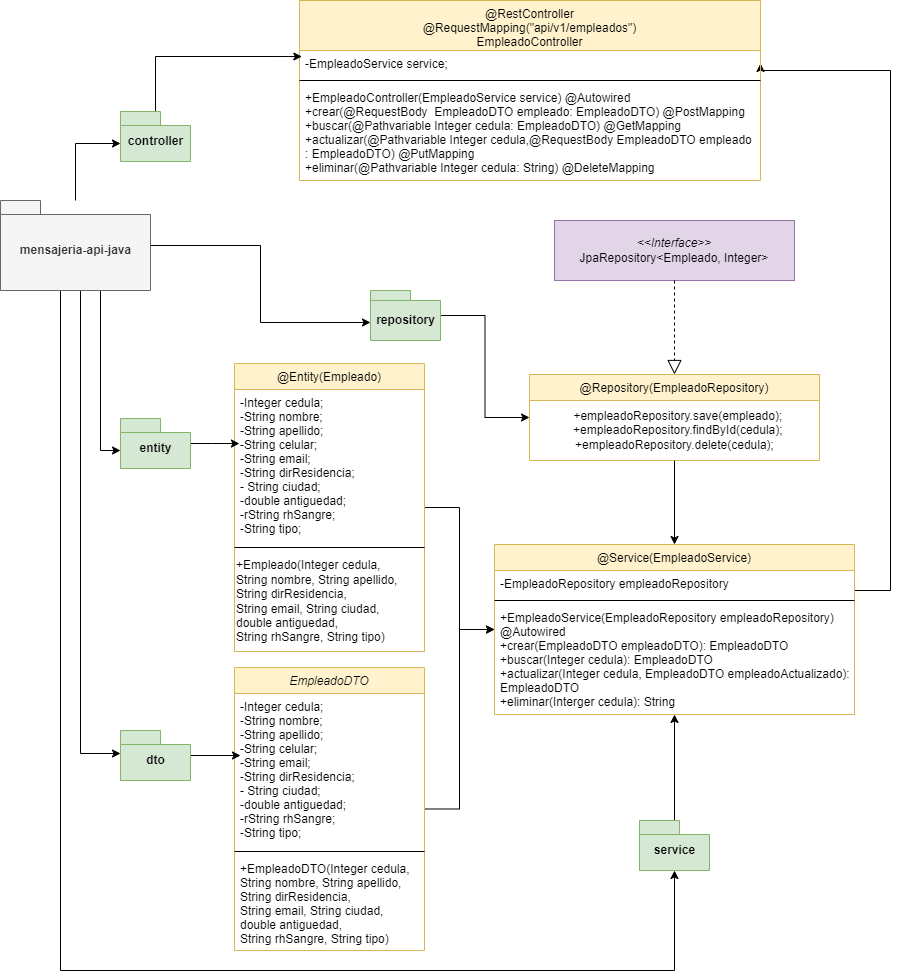
Earlier version of the draw.io export mensajeria_clase_empleado.drawio.png (Pipe1098/ProyectoIntegrador). Source tidied: cells renumbered, new cells last; positions are measured from the earlier drawing's top-left corner, leaving out a move shared by most shapes.
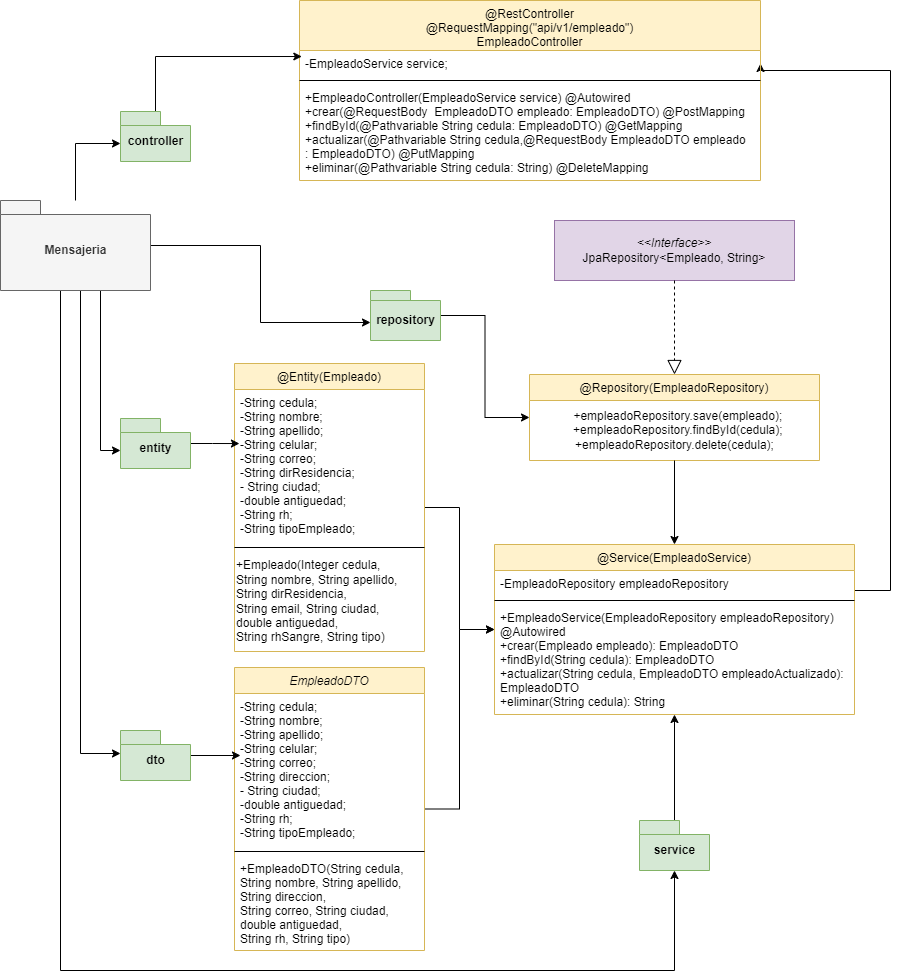
After the commit.

Change to the diagram source:
```diff
@@ -8,7 +8,7 @@
     <mxCell id="3" value="@Entity(Empleado)" style="swimlane;fontStyle=0;align=center;verticalAlign=top;horizontal=1;startSize=26;rounded=0;shadow=0;strokeWidth=1;fillColor=#fff2cc;strokeColor=#d6b656;" parent="1" vertex="1">
       <mxGeometry x="234" y="363" width="190" height="288" as="geometry" />
     </mxCell>
-    <mxCell id="4" value="-Integer cedula;&#10;-String nombre;&#10;-String apellido;&#10;-String celular;&#10;-String email;&#10;-String dirResidencia;&#10;- String ciudad;&#10;-double antiguedad;&#10;-rString rhSangre;&#10;-String tipo;" style="text;align=left;verticalAlign=top;spacingLeft=4;spacingRight=4;overflow=hidden;points=[[0,0.5],[1,0.5]];portConstraint=eastwest;" parent="3" vertex="1">
+    <mxCell id="4" value="-String cedula;&#10;-String nombre;&#10;-String apellido;&#10;-String celular;&#10;-String correo;&#10;-String dirResidencia;&#10;- String ciudad;&#10;-double antiguedad;&#10;-String rh;&#10;-String tipoEmpleado;" style="text;align=left;verticalAlign=top;spacingLeft=4;spacingRight=4;overflow=hidden;points=[[0,0.5],[1,0.5]];portConstraint=eastwest;" parent="3" vertex="1">
       <mxGeometry y="26" width="190" height="154" as="geometry" />
     </mxCell>
     <mxCell id="5" style="line;html=1;strokeWidth=1;align=left;verticalAlign=middle;spacingTop=-1;spacingLeft=3;spacingRight=3;labelPosition=right;" parent="3" vertex="1">
@@ -35,7 +35,7 @@
     <mxCell id="10" style="line;html=1;strokeWidth=1;align=left;verticalAlign=middle;spacingTop=-1;spacingLeft=3;spacingRight=3;labelPosition=right;" parent="8" vertex="1">
       <mxGeometry y="52" width="360" height="8" as="geometry" />
     </mxCell>
-    <mxCell id="11" value="+EmpleadoService(EmpleadoRepository empleadoRepository) &#10;@Autowired&#10;+crear(EmpleadoDTO empleadoDTO): EmpleadoDTO&#10;+buscar(Integer cedula): EmpleadoDTO&#10;+actualizar(Integer cedula, EmpleadoDTO empleadoActualizado):&#10;EmpleadoDTO&#10;+eliminar(Interger cedula): String" style="text;align=left;verticalAlign=top;spacingLeft=4;spacingRight=4;overflow=hidden;" parent="8" vertex="1">
+    <mxCell id="11" value="+EmpleadoService(EmpleadoRepository empleadoRepository) &#10;@Autowired&#10;+crear(Empleado empleado): EmpleadoDTO&#10;+findById(String cedula): EmpleadoDTO&#10;+actualizar(String cedula, EmpleadoDTO empleadoActualizado):&#10;EmpleadoDTO&#10;+eliminar(String cedula): String" style="text;align=left;verticalAlign=top;spacingLeft=4;spacingRight=4;overflow=hidden;" parent="8" vertex="1">
       <mxGeometry y="60" width="360" height="110" as="geometry" />
     </mxCell>
     <mxCell id="12" value="@Repository(EmpleadoRepository)" style="swimlane;fontStyle=0;align=center;verticalAlign=top;horizontal=1;startSize=26;rounded=0;shadow=0;strokeWidth=1;fillColor=#fff2cc;strokeColor=#d6b656;" parent="1" vertex="1">
@@ -44,10 +44,10 @@
     <mxCell id="13" value="&amp;nbsp; +empleadoRepository.save(empleado);&lt;br&gt;&amp;nbsp; +empleadoRepository.findById(cedula);&lt;br style=&quot;border-color: var(--border-color);&quot;&gt;+empleadoRepository.delete(cedula);" style="text;html=1;align=center;verticalAlign=middle;strokeColor=none;fillColor=none;" parent="12" vertex="1">
       <mxGeometry y="26" width="290" height="60" as="geometry" />
     </mxCell>
-    <mxCell id="14" value="&lt;i&gt;&amp;lt;&amp;lt;Interface&amp;gt;&amp;gt;&lt;br&gt;&lt;/i&gt;JpaRepository&amp;lt;Empleado, Integer&amp;gt;&lt;i&gt;&lt;br&gt;&lt;/i&gt;" style="rounded=0;whiteSpace=wrap;html=1;fillColor=#e1d5e7;strokeColor=#9673a6;" parent="1" vertex="1">
+    <mxCell id="14" value="&lt;i&gt;&amp;lt;&amp;lt;Interface&amp;gt;&amp;gt;&lt;br&gt;&lt;/i&gt;JpaRepository&amp;lt;Empleado, String&amp;gt;&lt;i&gt;&lt;br&gt;&lt;/i&gt;" style="rounded=0;whiteSpace=wrap;html=1;fillColor=#e1d5e7;strokeColor=#9673a6;" parent="1" vertex="1">
       <mxGeometry x="554" y="220" width="240" height="60" as="geometry" />
     </mxCell>
-    <mxCell id="15" value="@RestController&#10;@RequestMapping(&quot;api/v1/empleados&quot;)&#10;EmpleadoController" style="swimlane;fontStyle=0;align=center;verticalAlign=top;horizontal=1;startSize=50;rounded=0;shadow=0;strokeWidth=1;fillColor=#fff2cc;strokeColor=#d6b656;" parent="1" vertex="1">
+    <mxCell id="15" value="@RestController&#10;@RequestMapping(&quot;api/v1/empleado&quot;)&#10;EmpleadoController" style="swimlane;fontStyle=0;align=center;verticalAlign=top;horizontal=1;startSize=50;rounded=0;shadow=0;strokeWidth=1;fillColor=#fff2cc;strokeColor=#d6b656;" parent="1" vertex="1">
       <mxGeometry x="299" width="461" height="180" as="geometry" />
     </mxCell>
     <mxCell id="16" value="-EmpleadoService service;" style="text;align=left;verticalAlign=top;spacingLeft=4;spacingRight=4;overflow=hidden;points=[[0,0.5],[1,0.5]];portConstraint=eastwest;rounded=0;shadow=0;html=0;" parent="15" vertex="1">
@@ -56,7 +56,7 @@
     <mxCell id="17" style="line;html=1;strokeWidth=1;align=left;verticalAlign=middle;spacingTop=-1;spacingLeft=3;spacingRight=3;labelPosition=right;" parent="15" vertex="1">
       <mxGeometry y="76" width="461" height="8" as="geometry" />
     </mxCell>
-    <mxCell id="18" value="+EmpleadoController(EmpleadoService service) @Autowired&#10;+crear(@RequestBody  EmpleadoDTO empleado: EmpleadoDTO) @PostMapping&#10;+buscar(@Pathvariable Integer cedula: EmpleadoDTO) @GetMapping&#10;+actualizar(@Pathvariable Integer cedula,@RequestBody EmpleadoDTO empleado&#10;: EmpleadoDTO) @PutMapping&#10;+eliminar(@Pathvariable Integer cedula: String) @DeleteMapping" style="text;align=left;verticalAlign=top;spacingLeft=4;spacingRight=4;overflow=hidden;" parent="15" vertex="1">
+    <mxCell id="18" value="+EmpleadoController(EmpleadoService service) @Autowired&#10;+crear(@RequestBody  EmpleadoDTO empleado: EmpleadoDTO) @PostMapping&#10;+findById(@Pathvariable String cedula: EmpleadoDTO) @GetMapping&#10;+actualizar(@Pathvariable String cedula,@RequestBody EmpleadoDTO empleado&#10;: EmpleadoDTO) @PutMapping&#10;+eliminar(@Pathvariable String cedula: String) @DeleteMapping" style="text;align=left;verticalAlign=top;spacingLeft=4;spacingRight=4;overflow=hidden;" parent="15" vertex="1">
       <mxGeometry y="84" width="461" height="96" as="geometry" />
     </mxCell>
     <mxCell id="19" style="edgeStyle=orthogonalEdgeStyle;rounded=0;jettySize=auto;html=1;entryX=0;entryY=0.5;entryDx=0;entryDy=0;" parent="1" edge="1" source="20" target="8">
@@ -65,13 +65,13 @@
     <mxCell id="20" value="EmpleadoDTO" style="swimlane;fontStyle=2;align=center;verticalAlign=top;horizontal=1;startSize=26;rounded=0;shadow=0;strokeWidth=1;fillColor=#fff2cc;strokeColor=#d6b656;" parent="1" vertex="1">
       <mxGeometry x="234" y="667" width="190" height="283" as="geometry" />
     </mxCell>
-    <mxCell id="21" value="-Integer cedula;&#10;-String nombre;&#10;-String apellido;&#10;-String celular;&#10;-String email;&#10;-String dirResidencia;&#10;- String ciudad;&#10;-double antiguedad;&#10;-rString rhSangre;&#10;-String tipo;" style="text;align=left;verticalAlign=top;spacingLeft=4;spacingRight=4;overflow=hidden;" parent="20" vertex="1">
+    <mxCell id="21" value="-String cedula;&#10;-String nombre;&#10;-String apellido;&#10;-String celular;&#10;-String correo;&#10;-String direccion;&#10;- String ciudad;&#10;-double antiguedad;&#10;-String rh;&#10;-String tipoEmpleado;" style="text;align=left;verticalAlign=top;spacingLeft=4;spacingRight=4;overflow=hidden;" parent="20" vertex="1">
       <mxGeometry y="26" width="190" height="154" as="geometry" />
     </mxCell>
     <mxCell id="22" style="line;html=1;strokeWidth=1;align=left;verticalAlign=middle;spacingTop=-1;spacingLeft=3;spacingRight=3;labelPosition=right;" parent="20" vertex="1">
       <mxGeometry y="180" width="190" height="8" as="geometry" />
     </mxCell>
-    <mxCell id="23" value="+EmpleadoDTO(Integer cedula,&#10;String nombre, String apellido,&#10;String dirResidencia, &#10;String email, String ciudad, &#10;double antiguedad, &#10;String rhSangre, String tipo)" style="text;align=left;verticalAlign=top;spacingLeft=4;spacingRight=4;overflow=hidden;" parent="20" vertex="1">
+    <mxCell id="23" value="+EmpleadoDTO(String cedula,&#10;String nombre, String apellido,&#10;String direccion, &#10;String correo, String ciudad, &#10;double antiguedad, &#10;String rh, String tipo)" style="text;align=left;verticalAlign=top;spacingLeft=4;spacingRight=4;overflow=hidden;" parent="20" vertex="1">
       <mxGeometry y="188" width="190" height="94" as="geometry" />
     </mxCell>
     <mxCell id="24" style="endArrow=block;dashed=1;endFill=0;endSize=12;html=1;rounded=0;exitX=0.5;exitY=1;exitDx=0;exitDy=0;entryX=0.5;entryY=0;entryDx=0;entryDy=0;" parent="1" edge="1" source="14" target="12">
@@ -134,7 +134,7 @@
         </Array>
       </mxGeometry>
     </mxCell>
-    <mxCell id="39" value="mensajeria-api-java" style="shape=folder;fontStyle=1;spacingTop=10;tabWidth=40;tabHeight=14;tabPosition=left;html=1;fillColor=#f5f5f5;fontColor=#333333;strokeColor=#666666;" parent="1" vertex="1">
+    <mxCell id="39" value="Mensajeria" style="shape=folder;fontStyle=1;spacingTop=10;tabWidth=40;tabHeight=14;tabPosition=left;html=1;fillColor=#f5f5f5;fontColor=#333333;strokeColor=#666666;" parent="1" vertex="1">
       <mxGeometry y="200" width="150" height="90" as="geometry" />
     </mxCell>
     <mxCell id="40" style="edgeStyle=orthogonalEdgeStyle;rounded=0;jettySize=auto;html=1;exitX=0.5;exitY=1;exitDx=0;exitDy=0;" parent="1" edge="1" source="12" target="8">
```
